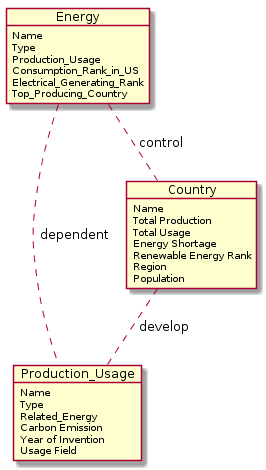
This is UML_Diagram.png from GetCommit/energenius.me-website, a PlantUML export, as it was before one commit. Source of this version:
```plantuml
@startuml
Object Energy {
  Name
  Type
  Production_Usage
  Consumption_Rank_in_US
  Electrical_Generating_Rank
  Top_Producing_Country
}

Object Production_Usage{
  Name
  Type
  Related_Energy
  Carbon Emission
  Year of Invention
  Usage Field
}

Object Country{
  Name
  Total Production
  Total Usage
  Energy Shortage
  Renewable Energy Rank
  Region
  Population
}


Energy .. Production_Usage: dependent
Country .. Production_Usage: develop
Energy .. Country: control
@enduml
```
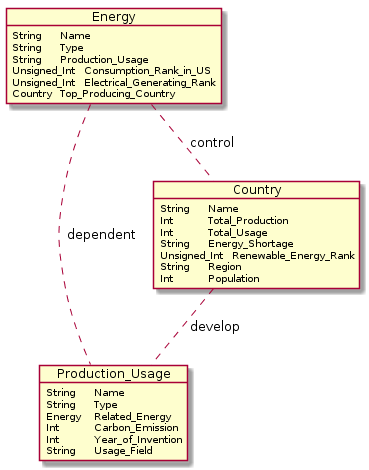
After the commit.

The edit, as a diff of the source:
```diff
@@ -1,30 +1,30 @@
 @startuml
 Object Energy {
-  Name
-  Type
-  Production_Usage
-  Consumption_Rank_in_US
-  Electrical_Generating_Rank
-  Top_Producing_Country
+  String	Name
+  String	Type
+  String	Production_Usage
+  Unsigned_Int	Consumption_Rank_in_US
+  Unsigned_Int	Electrical_Generating_Rank
+  Country	Top_Producing_Country
 }
 
 Object Production_Usage{
-  Name
-  Type
-  Related_Energy
-  Carbon Emission
-  Year of Invention
-  Usage Field
+  String	Name
+  String	Type
+  Energy	Related_Energy
+  Int		Carbon_Emission
+  Int		Year_of_Invention
+  String	Usage_Field
 }
 
 Object Country{
-  Name
-  Total Production
-  Total Usage
-  Energy Shortage
-  Renewable Energy Rank
-  Region
-  Population
+  String	Name
+  Int		Total_Production
+  Int		Total_Usage
+  String	Energy_Shortage
+  Unsigned_Int	Renewable_Energy_Rank
+  String	Region
+  Int		Population
 }
 
 
```
